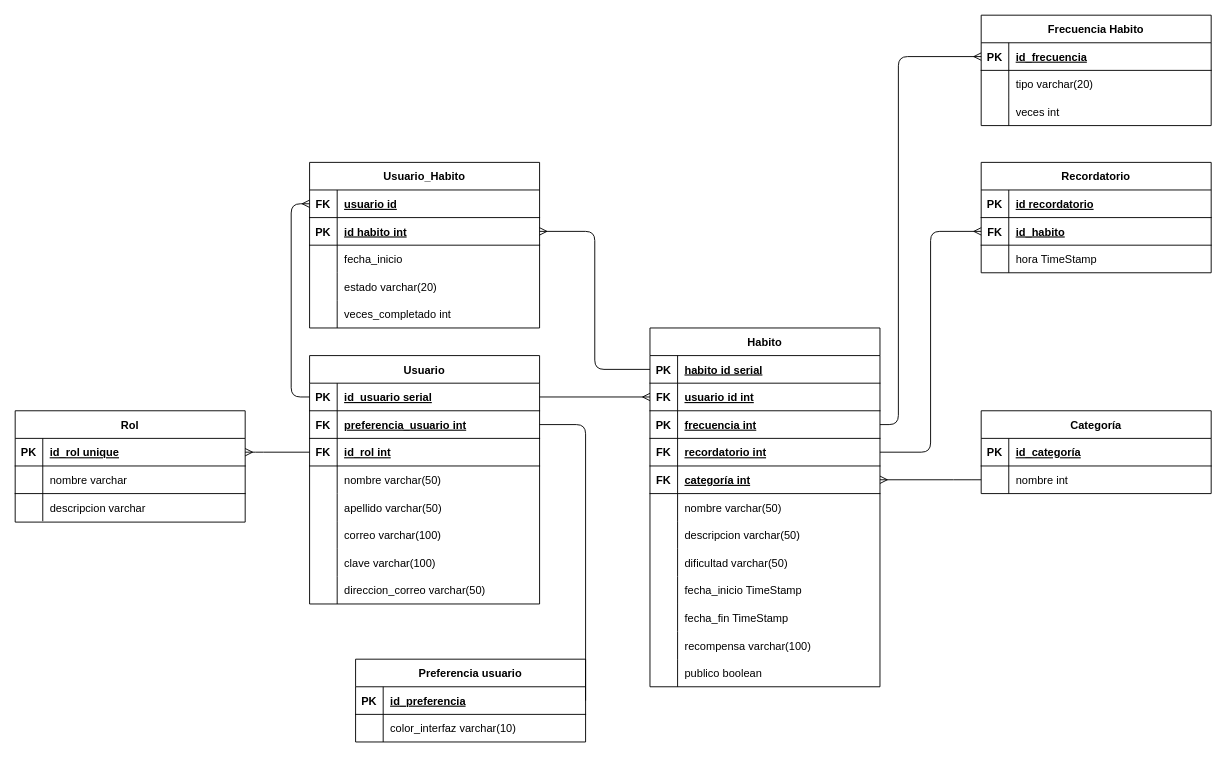
The draw.io diagram docs/arquitectura/Modelo-Entidad-Relacion/MER_Extendido.drawio in JuanFernandoBallesterosMaciasUIS/Rutinia-1.0, before the edit. Source tidied: cells renumbered, new cells numbered last; positions are measured from the earlier drawing's top-left corner, leaving out a move shared by most shapes. Both pictures are drawn from the tidied source at 92%, with x=0, y=0 at pixel (15, 15).
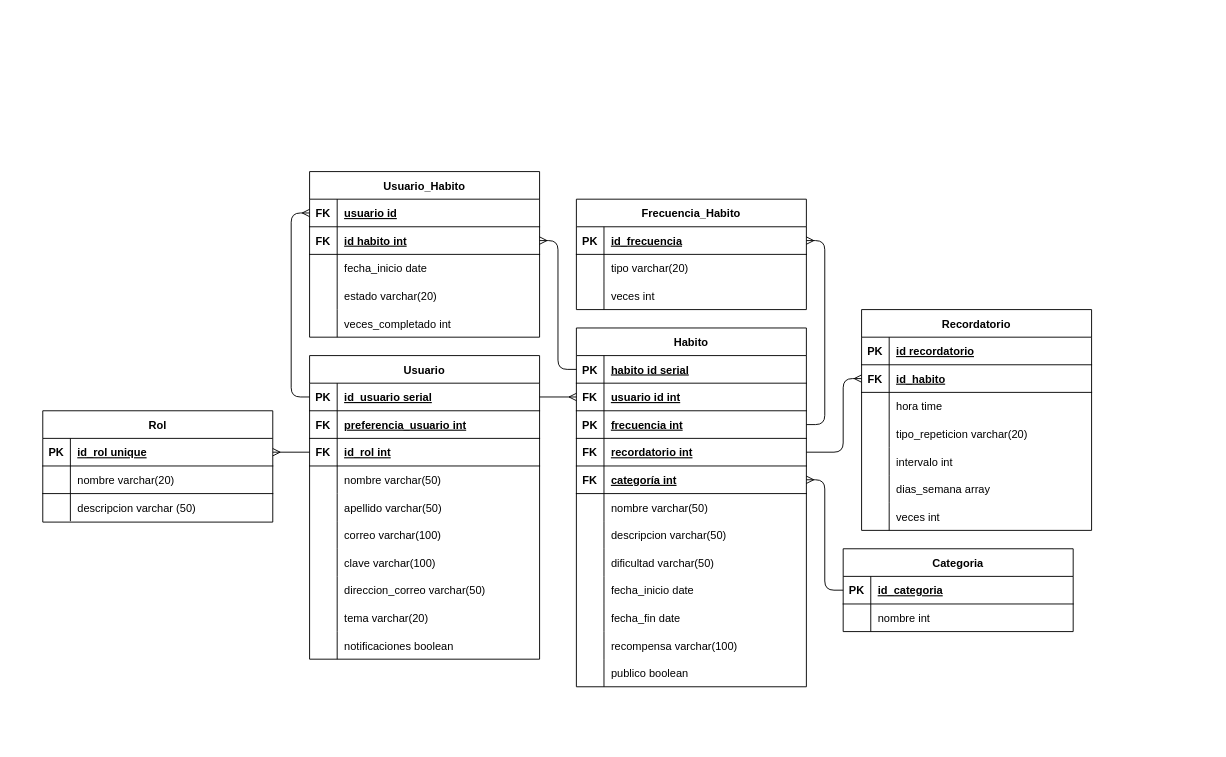
After the change.

Commit message (it also covers changes not shown here):
docs: actualizar MER

Errores y mejoras hechas

The change refers to these unchanged cells:
```xml
<mxCell id="8" style="shape=partialRectangle;fillColor=none;points=[[0,0.5],[1,0.5]];portConstraint=eastwest;top=0;left=0;right=0;bottom=1;" parent="4" vertex="1">
  <mxGeometry y="60" width="250" height="30" as="geometry" />
</mxCell>
<mxCell id="11" style="shape=partialRectangle;fillColor=none;points=[[0,0.5],[1,0.5]];portConstraint=eastwest;top=0;left=0;right=0;bottom=1;" parent="4" vertex="1">
  <mxGeometry y="90" width="250" height="30" as="geometry" />
</mxCell>
<mxCell id="14" style="shape=partialRectangle;fillColor=none;points=[[0,0.5],[1,0.5]];portConstraint=eastwest;top=0;left=0;right=0;bottom=1;" parent="4" vertex="1">
  <mxGeometry y="120" width="250" height="30" as="geometry" />
</mxCell>
<mxCell id="17" style="shape=partialRectangle;fillColor=none;points=[[0,0.5],[1,0.5]];portConstraint=eastwest;top=0;left=0;right=0;bottom=1;" parent="4" vertex="1">
  <mxGeometry y="150" width="250" height="30" as="geometry" />
</mxCell>
<mxCell id="29" style="shape=partialRectangle;fillColor=none;top=0;left=0;right=0;bottom=0;" parent="4" vertex="1">
  <mxGeometry y="270" width="250" height="30" as="geometry" />
</mxCell>
<mxCell id="32" style="shape=partialRectangle;fillColor=none;top=0;left=0;right=0;bottom=0;" parent="4" vertex="1">
  <mxGeometry y="300" width="250" height="30" as="geometry" />
</mxCell>
<mxCell id="45" style="shape=partialRectangle;fillColor=none;points=[[0,0.5],[1,0.5]];portConstraint=eastwest;top=0;left=0;right=0;bottom=1;" parent="41" vertex="1">
  <mxGeometry y="60" width="250" height="30" as="geometry" />
</mxCell>
<mxCell id="48" style="shape=partialRectangle;fillColor=none;top=0;left=0;right=0;bottom=0;" parent="41" vertex="1">
  <mxGeometry y="90" width="250" height="30" as="geometry" />
</mxCell>
<mxCell id="52" style="shape=partialRectangle;fillColor=none;points=[[0,0.5],[1,0.5]];portConstraint=eastwest;top=0;left=0;right=0;bottom=1;" parent="51" vertex="1">
  <mxGeometry y="30" width="250" height="30" as="geometry" />
</mxCell>
<mxCell id="55" style="shape=partialRectangle;fillColor=none;points=[[0,0.5],[1,0.5]];portConstraint=eastwest;top=0;left=0;right=0;bottom=1;" parent="51" vertex="1">
  <mxGeometry y="60" width="250" height="30" as="geometry" />
</mxCell>
<mxCell id="58" style="shape=partialRectangle;fillColor=none;points=[[0,0.5],[1,0.5]];portConstraint=eastwest;top=0;left=0;right=0;bottom=1;" parent="51" vertex="1">
  <mxGeometry y="90" width="250" height="30" as="geometry" />
</mxCell>
<mxCell id="77" style="shape=partialRectangle;fillColor=none;points=[[0,0.5],[1,0.5]];portConstraint=eastwest;top=0;left=0;right=0;bottom=1;" parent="76" vertex="1">
  <mxGeometry y="30" width="250" height="30" as="geometry" />
</mxCell>
<mxCell id="80" style="shape=partialRectangle;fillColor=none;points=[[0,0.5],[1,0.5]];portConstraint=eastwest;top=0;left=0;right=0;bottom=1;" parent="76" vertex="1">
  <mxGeometry y="60" width="250" height="30" as="geometry" />
</mxCell>
<mxCell id="83" style="shape=partialRectangle;fillColor=none;top=0;left=0;right=0;bottom=0;" parent="76" vertex="1">
  <mxGeometry y="90" width="250" height="30" as="geometry" />
</mxCell>
<mxCell id="93" style="shape=partialRectangle;fillColor=none;points=[[0,0.5],[1,0.5]];portConstraint=eastwest;top=0;left=0;right=0;bottom=1;" parent="92" vertex="1">
  <mxGeometry y="30" width="250" height="30" as="geometry" />
</mxCell>
<mxCell id="112" style="shape=partialRectangle;fillColor=none;points=[[0,0.5],[1,0.5]];portConstraint=eastwest;top=0;left=0;right=0;bottom=1;" parent="111" vertex="1">
  <mxGeometry y="30" width="250" height="30" as="geometry" />
</mxCell>
<mxCell id="115" style="shape=partialRectangle;fillColor=none;top=0;left=0;right=0;bottom=1;strokeColor=inherit;" parent="111" vertex="1">
  <mxGeometry y="60" width="250" height="30" as="geometry" />
</mxCell>
<mxCell id="118" style="shape=partialRectangle;fillColor=none;top=0;left=0;right=0;bottom=0;" parent="111" vertex="1">
  <mxGeometry y="90" width="250" height="30" as="geometry" />
</mxCell>
<mxCell id="124" style="shape=partialRectangle;fillColor=none;points=[[0,0.5],[1,0.5]];portConstraint=eastwest;top=0;left=0;right=0;bottom=1;" parent="123" vertex="1">
  <mxGeometry y="30" width="250" height="30" as="geometry" />
</mxCell>
```

The edit, as a diff of the source:
```diff
@@
-    <mxCell id="2" style="edgeStyle=orthogonalEdgeStyle;rounded=1;jettySize=auto;html=1;exitX=0;exitY=0.5;exitDx=0;exitDy=0;entryX=1;entryY=0.5;entryDx=0;entryDy=0;endArrow=none;endFill=0;startArrow=ERmany;startFill=0;curved=0;" parent="1" edge="1" source="8" target="52">
-      <mxGeometry relative="1" as="geometry">
-        <Array as="points">
-          <mxPoint x="690" y="415" />
-        </Array>
-      </mxGeometry>
+    <mxCell id="2" style="edgeStyle=orthogonalEdgeStyle;rounded=1;jettySize=auto;html=1;entryX=1;entryY=0.5;entryDx=0;entryDy=0;endArrow=none;endFill=0;startArrow=ERmany;startFill=0;curved=0;exitX=0;exitY=0.5;exitDx=0;exitDy=0;" parent="1" edge="1" source="8" target="52">
+      <mxGeometry relative="1" as="geometry" />
     </mxCell>
     <mxCell id="3" style="edgeStyle=orthogonalEdgeStyle;rounded=1;jettySize=auto;html=1;exitX=1;exitY=0.5;exitDx=0;exitDy=0;entryX=0;entryY=0.5;entryDx=0;entryDy=0;endArrow=ERmany;endFill=0;curved=0;" parent="1" edge="1" source="14" target="45">
-      <mxGeometry relative="1" as="geometry" />
+      <mxGeometry relative="1" as="geometry">
+        <Array as="points">
+          <mxPoint x="900" y="475" />
+          <mxPoint x="900" y="395" />
+        </Array>
+      </mxGeometry>
     </mxCell>
     <mxCell id="4" value="Habito" style="shape=table;startSize=30;childLayout=tableLayout;rowLines=0;fontStyle=1;align=center;" parent="1" vertex="1">
-      <mxGeometry x="690" y="340" width="250" height="390" as="geometry" />
+      <mxGeometry x="610" y="340" width="250" height="390" as="geometry" />
     </mxCell>
@@
-    <mxCell id="31" value="fecha_inicio TimeStamp" style="shape=partialRectangle;overflow=hidden;fillColor=none;top=0;left=0;bottom=0;right=0;align=left;spacingLeft=6;" parent="29" vertex="1">
+    <mxCell id="31" value="fecha_inicio date" style="shape=partialRectangle;overflow=hidden;fillColor=none;top=0;left=0;bottom=0;right=0;align=left;spacingLeft=6;" parent="29" vertex="1">
       <mxGeometry x="30" width="220" height="30" as="geometry" />
     </mxCell>
@@
-    <mxCell id="34" value="fecha_fin TimeStamp" style="shape=partialRectangle;overflow=hidden;fillColor=none;top=0;left=0;bottom=0;right=0;align=left;spacingLeft=6;" parent="32" vertex="1">
+    <mxCell id="34" value="fecha_fin date" style="shape=partialRectangle;overflow=hidden;fillColor=none;top=0;left=0;bottom=0;right=0;align=left;spacingLeft=6;" parent="32" vertex="1">
       <mxGeometry x="30" width="220" height="30" as="geometry" />
     </mxCell>
@@
     <mxCell id="41" value="Recordatorio" style="shape=table;startSize=30;childLayout=tableLayout;rowLines=0;fontStyle=1;align=center;" parent="1" vertex="1">
-      <mxGeometry x="1050" y="160" width="250" height="120" as="geometry" />
+      <mxGeometry x="920" y="320" width="250" height="240" as="geometry" />
     </mxCell>
@@
-    <mxCell id="50" value="hora TimeStamp" style="shape=partialRectangle;overflow=hidden;fillColor=none;top=0;left=0;bottom=0;right=0;align=left;spacingLeft=6;" parent="48" vertex="1">
+    <mxCell id="50" value="hora time" style="shape=partialRectangle;overflow=hidden;fillColor=none;top=0;left=0;bottom=0;right=0;align=left;spacingLeft=6;" parent="48" vertex="1">
       <mxGeometry x="30" width="220" height="30" as="geometry" />
     </mxCell>
+    <mxCell id="132" style="shape=partialRectangle;fillColor=none;top=0;left=0;right=0;bottom=0;" parent="41" vertex="1">
+      <mxGeometry y="120" width="250" height="30" as="geometry" />
+    </mxCell>
+    <mxCell id="133" style="shape=partialRectangle;overflow=hidden;fillColor=none;top=0;left=0;bottom=0;right=0;" parent="132" vertex="1">
+      <mxGeometry width="30" height="30" as="geometry" />
+    </mxCell>
+    <mxCell id="134" value="tipo_repeticion varchar(20)" style="shape=partialRectangle;overflow=hidden;fillColor=none;top=0;left=0;bottom=0;right=0;align=left;spacingLeft=6;" parent="132" vertex="1">
+      <mxGeometry x="30" width="220" height="30" as="geometry" />
+    </mxCell>
+    <mxCell id="135" style="shape=partialRectangle;fillColor=none;top=0;left=0;right=0;bottom=0;" parent="41" vertex="1">
+      <mxGeometry y="150" width="250" height="30" as="geometry" />
+    </mxCell>
+    <mxCell id="136" style="shape=partialRectangle;overflow=hidden;fillColor=none;top=0;left=0;bottom=0;right=0;" parent="135" vertex="1">
+      <mxGeometry width="30" height="30" as="geometry" />
+    </mxCell>
+    <mxCell id="137" value="intervalo int" style="shape=partialRectangle;overflow=hidden;fillColor=none;top=0;left=0;bottom=0;right=0;align=left;spacingLeft=6;" parent="135" vertex="1">
+      <mxGeometry x="30" width="220" height="30" as="geometry" />
+    </mxCell>
+    <mxCell id="138" style="shape=partialRectangle;fillColor=none;top=0;left=0;right=0;bottom=0;" parent="41" vertex="1">
+      <mxGeometry y="180" width="250" height="30" as="geometry" />
+    </mxCell>
+    <mxCell id="139" style="shape=partialRectangle;overflow=hidden;fillColor=none;top=0;left=0;bottom=0;right=0;" parent="138" vertex="1">
+      <mxGeometry width="30" height="30" as="geometry" />
+    </mxCell>
+    <mxCell id="140" value="dias_semana array" style="shape=partialRectangle;overflow=hidden;fillColor=none;top=0;left=0;bottom=0;right=0;align=left;spacingLeft=6;" parent="138" vertex="1">
+      <mxGeometry x="30" width="220" height="30" as="geometry" />
+    </mxCell>
+    <mxCell id="141" style="shape=partialRectangle;fillColor=none;top=0;left=0;right=0;bottom=0;" parent="41" vertex="1">
+      <mxGeometry y="210" width="250" height="30" as="geometry" />
+    </mxCell>
+    <mxCell id="142" style="shape=partialRectangle;overflow=hidden;fillColor=none;top=0;left=0;bottom=0;right=0;" parent="141" vertex="1">
+      <mxGeometry width="30" height="30" as="geometry" />
+    </mxCell>
+    <mxCell id="143" value="veces int" style="shape=partialRectangle;overflow=hidden;fillColor=none;top=0;left=0;bottom=0;right=0;align=left;spacingLeft=6;" parent="141" vertex="1">
+      <mxGeometry x="30" width="220" height="30" as="geometry" />
+    </mxCell>
     <mxCell id="51" value="Usuario" style="shape=table;startSize=30;childLayout=tableLayout;rowLines=0;fontStyle=1;align=center;" parent="1" vertex="1">
-      <mxGeometry x="320" y="370" width="250" height="270" as="geometry" />
+      <mxGeometry x="320" y="370" width="250" height="330" as="geometry" />
     </mxCell>
@@
+    <mxCell id="144" style="shape=partialRectangle;fillColor=none;top=0;left=0;right=0;bottom=0;" parent="51" vertex="1">
+      <mxGeometry y="270" width="250" height="30" as="geometry" />
+    </mxCell>
+    <mxCell id="145" style="shape=partialRectangle;overflow=hidden;fillColor=none;top=0;left=0;bottom=0;right=0;" parent="144" vertex="1">
+      <mxGeometry width="30" height="30" as="geometry" />
+    </mxCell>
+    <mxCell id="146" value="tema varchar(20)" style="shape=partialRectangle;overflow=hidden;fillColor=none;top=0;left=0;bottom=0;right=0;align=left;spacingLeft=6;" parent="144" vertex="1">
+      <mxGeometry x="30" width="220" height="30" as="geometry" />
+    </mxCell>
+    <mxCell id="147" style="shape=partialRectangle;fillColor=none;top=0;left=0;right=0;bottom=0;" parent="51" vertex="1">
+      <mxGeometry y="300" width="250" height="30" as="geometry" />
+    </mxCell>
+    <mxCell id="148" style="shape=partialRectangle;overflow=hidden;fillColor=none;top=0;left=0;bottom=0;right=0;" parent="147" vertex="1">
+      <mxGeometry width="30" height="30" as="geometry" />
+    </mxCell>
+    <mxCell id="149" value="notificaciones boolean" style="shape=partialRectangle;overflow=hidden;fillColor=none;top=0;left=0;bottom=0;right=0;align=left;spacingLeft=6;" parent="147" vertex="1">
+      <mxGeometry x="30" width="220" height="30" as="geometry" />
+    </mxCell>
     <mxCell id="76" value="Usuario_Habito" style="shape=table;startSize=30;childLayout=tableLayout;rowLines=0;fontStyle=1;align=center;" parent="1" vertex="1">
-      <mxGeometry x="320" y="160" width="250" height="180" as="geometry" />
+      <mxGeometry x="320" y="170" width="250" height="180" as="geometry" />
     </mxCell>
@@
-    <mxCell id="81" value="PK" style="shape=partialRectangle;overflow=hidden;fillColor=none;top=0;left=0;bottom=0;right=0;fontStyle=1;" parent="80" vertex="1">
+    <mxCell id="81" value="FK" style="shape=partialRectangle;overflow=hidden;fillColor=none;top=0;left=0;bottom=0;right=0;fontStyle=1;" parent="80" vertex="1">
       <mxGeometry width="30" height="30" as="geometry" />
     </mxCell>
@@
-    <mxCell id="85" value="fecha_inicio" style="shape=partialRectangle;overflow=hidden;fillColor=none;top=0;left=0;bottom=0;right=0;align=left;spacingLeft=6;" parent="83" vertex="1">
+    <mxCell id="85" value="fecha_inicio date" style="shape=partialRectangle;overflow=hidden;fillColor=none;top=0;left=0;bottom=0;right=0;align=left;spacingLeft=6;" parent="83" vertex="1">
       <mxGeometry x="30" width="220" height="30" as="geometry" />
     </mxCell>
@@
-    <mxCell id="92" value="Frecuencia Habito" style="shape=table;startSize=30;childLayout=tableLayout;rowLines=0;fontStyle=1;align=center;" parent="1" vertex="1">
-      <mxGeometry x="1050" width="250" height="120" as="geometry" />
+    <mxCell id="92" value="Frecuencia_Habito" style="shape=table;startSize=30;childLayout=tableLayout;rowLines=0;fontStyle=1;align=center;" parent="1" vertex="1">
+      <mxGeometry x="610" y="200" width="250" height="120" as="geometry" />
     </mxCell>
@@
-    <mxCell id="102" value="Preferencia usuario" style="shape=table;startSize=30;childLayout=tableLayout;rowLines=0;fontStyle=1;align=center;" parent="1" vertex="1">
-      <mxGeometry x="370" y="700" width="250" height="90" as="geometry" />
-    </mxCell>
-    <mxCell id="103" style="shape=partialRectangle;fillColor=none;points=[[0,0.5],[1,0.5]];portConstraint=eastwest;top=0;left=0;right=0;bottom=1;" parent="102" vertex="1">
-      <mxGeometry y="30" width="250" height="30" as="geometry" />
-    </mxCell>
-    <mxCell id="104" value="PK" style="shape=partialRectangle;overflow=hidden;fillColor=none;top=0;left=0;bottom=0;right=0;fontStyle=1;" parent="103" vertex="1">
-      <mxGeometry width="30" height="30" as="geometry" />
-    </mxCell>
-    <mxCell id="105" value="id_preferencia" style="shape=partialRectangle;overflow=hidden;fillColor=none;top=0;left=0;bottom=0;right=0;align=left;spacingLeft=6;fontStyle=5;" parent="103" vertex="1">
-      <mxGeometry x="30" width="220" height="30" as="geometry" />
-    </mxCell>
-    <mxCell id="106" style="shape=partialRectangle;fillColor=none;top=0;left=0;right=0;bottom=0;" parent="102" vertex="1">
-      <mxGeometry y="60" width="250" height="30" as="geometry" />
-    </mxCell>
-    <mxCell id="107" style="shape=partialRectangle;overflow=hidden;fillColor=none;top=0;left=0;bottom=0;right=0;" parent="106" vertex="1">
-      <mxGeometry width="30" height="30" as="geometry" />
-    </mxCell>
-    <mxCell id="108" value="color_interfaz varchar(10)" style="shape=partialRectangle;overflow=hidden;fillColor=none;top=0;left=0;bottom=0;right=0;align=left;spacingLeft=6;" parent="106" vertex="1">
-      <mxGeometry x="30" width="220" height="30" as="geometry" />
-    </mxCell>
     <mxCell id="109" style="edgeStyle=orthogonalEdgeStyle;endArrow=ERmany;startArrow=none;endFill=0;startFill=0;entryX=0;entryY=0.5;entryDx=0;entryDy=0;exitX=0;exitY=0.5;exitDx=0;exitDy=0;rounded=1;curved=0;" parent="1" edge="1" source="52" target="77">
       <mxGeometry relative="1" as="geometry">
         <Array as="points">
           <mxPoint x="300" y="415" />
-          <mxPoint x="300" y="205" />
+          <mxPoint x="300" y="215" />
         </Array>
       </mxGeometry>
     </mxCell>
-    <mxCell id="110" style="edgeStyle=orthogonalEdgeStyle;rounded=1;jettySize=auto;html=1;exitX=1;exitY=0.5;exitDx=0;exitDy=0;entryX=0;entryY=0.5;entryDx=0;entryDy=0;endArrow=ERmany;endFill=0;curved=0;" parent="1" edge="1" source="11" target="93">
+    <mxCell id="110" style="edgeStyle=orthogonalEdgeStyle;rounded=1;jettySize=auto;html=1;exitX=1;exitY=0.5;exitDx=0;exitDy=0;entryX=1;entryY=0.5;entryDx=0;entryDy=0;endArrow=ERmany;endFill=0;curved=0;" parent="1" edge="1" source="11" target="93">
       <mxGeometry relative="1" as="geometry">
         <Array as="points">
-          <mxPoint x="960" y="445" />
-          <mxPoint x="960" y="45" />
+          <mxPoint x="880" y="445" />
+          <mxPoint x="880" y="245" />
         </Array>
       </mxGeometry>
     </mxCell>
     <mxCell id="111" value="Rol" style="shape=table;startSize=30;childLayout=tableLayout;rowLines=0;fontStyle=1;align=center;" parent="1" vertex="1">
-      <mxGeometry y="430" width="250" height="121" as="geometry" />
+      <mxGeometry x="30" y="430" width="250" height="121" as="geometry" />
     </mxCell>
@@
-    <mxCell id="117" value="nombre varchar" style="shape=partialRectangle;overflow=hidden;fillColor=none;top=0;left=0;bottom=0;right=0;align=left;spacingLeft=6;fontStyle=0;strokeColor=inherit;" parent="115" vertex="1">
+    <mxCell id="117" value="nombre varchar(20)" style="shape=partialRectangle;overflow=hidden;fillColor=none;top=0;left=0;bottom=0;right=0;align=left;spacingLeft=6;fontStyle=0;strokeColor=inherit;" parent="115" vertex="1">
       <mxGeometry x="30" width="220" height="30" as="geometry" />
     </mxCell>
@@
-    <mxCell id="120" value="descripcion varchar" style="shape=partialRectangle;overflow=hidden;fillColor=none;top=0;left=0;bottom=0;right=0;align=left;spacingLeft=6;" parent="118" vertex="1">
+    <mxCell id="120" value="descripcion varchar (50)" style="shape=partialRectangle;overflow=hidden;fillColor=none;top=0;left=0;bottom=0;right=0;align=left;spacingLeft=6;" parent="118" vertex="1">
       <mxGeometry x="30" width="220" height="30" as="geometry" />
     </mxCell>
@@
-    <mxCell id="122" style="edgeStyle=orthogonalEdgeStyle;rounded=1;jettySize=auto;html=1;exitX=1;exitY=0.5;exitDx=0;exitDy=0;entryX=1;entryY=0.5;entryDx=0;entryDy=0;endArrow=none;endFill=0;curved=0;" parent="1" edge="1" source="55" target="103">
-      <mxGeometry relative="1" as="geometry">
-        <Array as="points">
-          <mxPoint x="620" y="445" />
-        </Array>
-      </mxGeometry>
-    </mxCell>
-    <mxCell id="123" value="Categoría" style="shape=table;startSize=30;childLayout=tableLayout;rowLines=0;fontStyle=1;align=center;" parent="1" vertex="1">
-      <mxGeometry x="1050" y="430" width="250" height="90" as="geometry" />
+    <mxCell id="123" value="Categoria" style="shape=table;startSize=30;childLayout=tableLayout;rowLines=0;fontStyle=1;align=center;" parent="1" vertex="1">
+      <mxGeometry x="900" y="580" width="250" height="90" as="geometry" />
     </mxCell>
@@
-    <mxCell id="126" value="id_categoría" style="shape=partialRectangle;overflow=hidden;fillColor=none;top=0;left=0;bottom=0;right=0;align=left;spacingLeft=6;fontStyle=5;" parent="124" vertex="1">
+    <mxCell id="126" value="id_categoria" style="shape=partialRectangle;overflow=hidden;fillColor=none;top=0;left=0;bottom=0;right=0;align=left;spacingLeft=6;fontStyle=5;" parent="124" vertex="1">
       <mxGeometry x="30" width="220" height="30" as="geometry" />
     </mxCell>
@@
-    <mxCell id="130" style="edgeStyle=orthogonalEdgeStyle;rounded=1;jettySize=auto;html=1;exitX=1;exitY=0.5;exitDx=0;exitDy=0;entryX=0;entryY=0.5;entryDx=0;entryDy=0;endArrow=none;endFill=0;curved=0;startArrow=ERmany;startFill=0;" parent="1" edge="1" source="17">
+    <mxCell id="130" style="edgeStyle=orthogonalEdgeStyle;rounded=1;jettySize=auto;html=1;exitX=1;exitY=0.5;exitDx=0;exitDy=0;entryX=0;entryY=0.5;entryDx=0;entryDy=0;endArrow=none;endFill=0;curved=0;startArrow=ERmany;startFill=0;" parent="1" edge="1" source="17" target="124">
       <mxGeometry relative="1" as="geometry">
-        <mxPoint x="1050" y="505" as="targetPoint" />
         <Array as="points">
-          <mxPoint x="1030" y="505" />
-          <mxPoint x="1030" y="505" />
+          <mxPoint x="880" y="505" />
+          <mxPoint x="880" y="625" />
         </Array>
       </mxGeometry>
     </mxCell>
     <mxCell id="131" style="edgeStyle=orthogonalEdgeStyle;rounded=1;jettySize=auto;html=1;exitX=0;exitY=0.5;exitDx=0;exitDy=0;endArrow=ERmany;endFill=0;curved=0;entryX=1;entryY=0.5;entryDx=0;entryDy=0;" parent="1" edge="1" source="58" target="112">
-      <mxGeometry relative="1" as="geometry">
-        <Array as="points">
-          <mxPoint x="260" y="475" />
-          <mxPoint x="260" y="475" />
-        </Array>
-      </mxGeometry>
+      <mxGeometry relative="1" as="geometry" />
     </mxCell>
```
